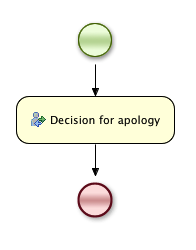
Earlier version of the BPMN export src/main/resources/bpm/apology_approval.png (janondrusek/MI-MPR-DIP-Admission). Its source is kept beside it as src/main/resources/process/apology_approval.bpmn. Ids are renumbered.
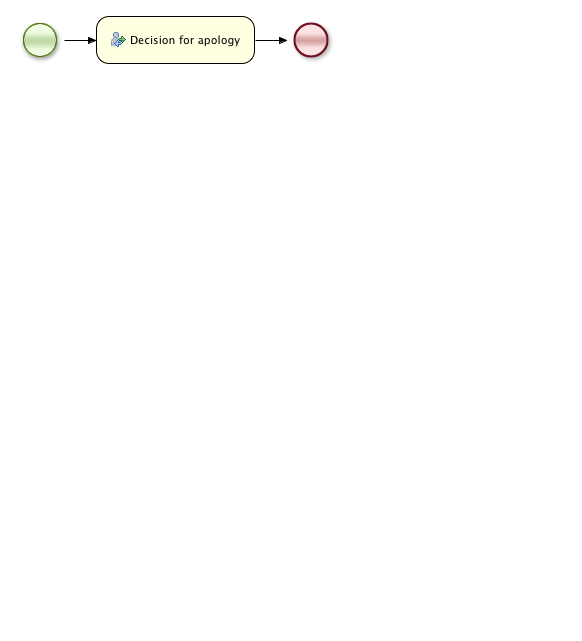
Later version of the same file.

What changed in the source:
```diff
@@ -39,21 +39,21 @@
   <bpmndi:BPMNDiagram>
     <bpmndi:BPMNPlane bpmnElement="cz.cvut.fit.mi_mpr_dip.admission.apology_approval" >
       <bpmndi:BPMNShape bpmnElement="_1" >
-        <dc:Bounds x="71" y="16" width="48" height="48" />
+        <dc:Bounds x="16" y="16" width="48" height="48" />
       </bpmndi:BPMNShape>
       <bpmndi:BPMNShape bpmnElement="_3" >
-        <dc:Bounds x="71" y="176" width="48" height="48" />
+        <dc:Bounds x="287" y="16" width="48" height="48" />
       </bpmndi:BPMNShape>
       <bpmndi:BPMNShape bpmnElement="_4" >
-        <dc:Bounds x="16" y="96" width="159" height="48" />
+        <dc:Bounds x="96" y="16" width="159" height="48" />
       </bpmndi:BPMNShape>
       <bpmndi:BPMNEdge bpmnElement="_4-_3" >
-        <di:waypoint x="95" y="120" />
-        <di:waypoint x="95" y="200" />
+        <di:waypoint x="175" y="40" />
+        <di:waypoint x="311" y="40" />
       </bpmndi:BPMNEdge>
       <bpmndi:BPMNEdge bpmnElement="_1-_4" >
-        <di:waypoint x="95" y="40" />
-        <di:waypoint x="95" y="120" />
+        <di:waypoint x="40" y="40" />
+        <di:waypoint x="175" y="40" />
       </bpmndi:BPMNEdge>
     </bpmndi:BPMNPlane>
   </bpmndi:BPMNDiagram>
```
